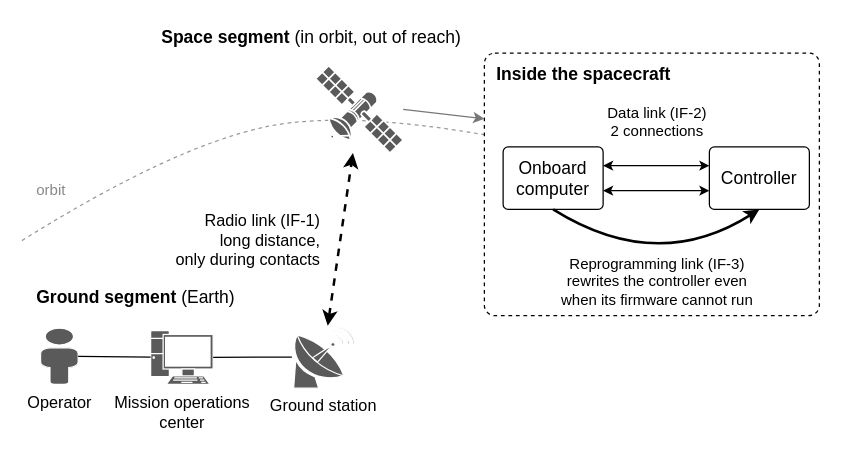
The draw.io diagram docs/conops/fig-segments.drawio in Tocki28/fail-safe-in-orbit-reprogramming, before the edit. Source tidied: cells renumbered, new cells numbered last; positions are measured from the earlier drawing's top-left corner, leaving out a move shared by most shapes. Both pictures are drawn from the tidied source at 125%, with x=0, y=0 at pixel (21, 21).
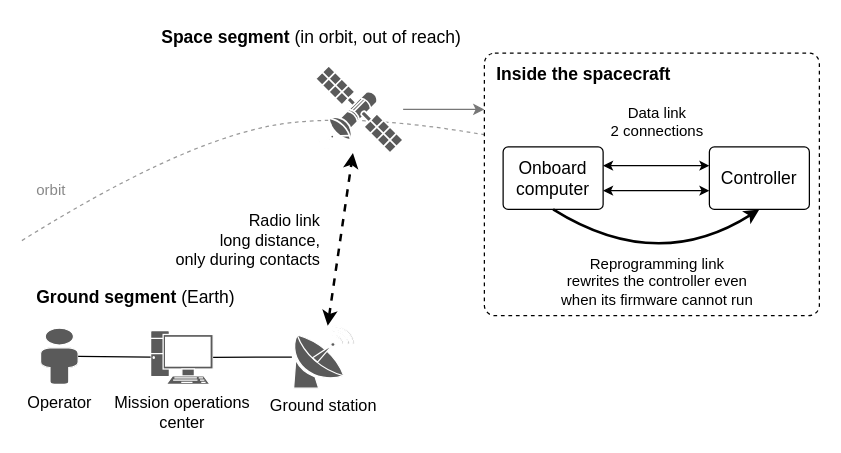
The same page after the edit.

Commit message (it also covers changes not shown here):
ConOps: interfaces by name only; arrow horizontal again

Unchanged cells that the change refers to:
```xml
<mxCell id="5" style="shape=mxgraph.networks.satellite;html=1;fillColor=#5A5A5A;strokeColor=#FFFFFF;outlineConnect=0;" parent="1" vertex="1">
  <mxGeometry x="235" y="35" width="70" height="70" as="geometry" />
</mxCell>
<mxCell id="6" value="&lt;b&gt;Inside the spacecraft&lt;/b&gt;" style="rounded=1;arcSize=4;dashed=1;whiteSpace=wrap;html=1;fillColor=#FFFFFF;verticalAlign=top;align=left;spacingLeft=8;spacingTop=2;fontSize=14;" parent="1" vertex="1">
  <mxGeometry x="370" y="25" width="268" height="210" as="geometry" />
</mxCell>
```

Change to the diagram source:
```diff
@@
-    <mxCell id="12" value="Reprogramming link (IF-3)&lt;br&gt;rewrites the controller even&lt;br&gt;when its firmware cannot run" style="text;html=1;align=center;verticalAlign=top;fontSize=12;" parent="1" vertex="1">
+    <mxCell id="12" value="Reprogramming link&lt;br&gt;rewrites the controller even&lt;br&gt;when its firmware cannot run" style="text;html=1;align=center;verticalAlign=top;fontSize=12;" parent="1" vertex="1">
       <mxGeometry x="418" y="180" width="180" height="48" as="geometry" />
     </mxCell>
-    <mxCell id="13" style="endArrow=classic;html=1;strokeColor=#777777;exitX=1;exitY=0.5;exitDx=0;exitDy=0;entryX=0;entryY=0.25;entryDx=0;entryDy=0;endSize=6;" parent="1" edge="1" source="5" target="6">
+    <mxCell id="13" style="endArrow=classic;html=1;strokeColor=#777777;exitX=1;exitY=0.5;exitDx=0;exitDy=0;entryX=0;entryY=0.2143;entryDx=0;entryDy=0;endSize=6;" parent="1" edge="1" source="5" target="6">
       <mxGeometry relative="1" as="geometry" />
     </mxCell>
-    <mxCell id="14" value="Data link (IF-2)&lt;br&gt;2 connections" style="text;html=1;align=center;verticalAlign=middle;fontSize=12;" parent="1" vertex="1">
+    <mxCell id="14" value="Data link&lt;br&gt;2 connections" style="text;html=1;align=center;verticalAlign=middle;fontSize=12;" parent="1" vertex="1">
       <mxGeometry x="455" y="64" width="105" height="32" as="geometry" />
     </mxCell>
@@
-    <mxCell id="22" value="Radio link (IF-1)&lt;br&gt;long distance,&lt;br&gt;only during contacts" style="text;html=1;align=right;verticalAlign=middle;fontSize=13;" parent="1" vertex="1">
+    <mxCell id="22" value="Radio link&lt;br&gt;long distance,&lt;br&gt;only during contacts" style="text;html=1;align=right;verticalAlign=middle;fontSize=13;" parent="1" vertex="1">
       <mxGeometry x="85" y="146" width="155" height="58" as="geometry" />
     </mxCell>
```
